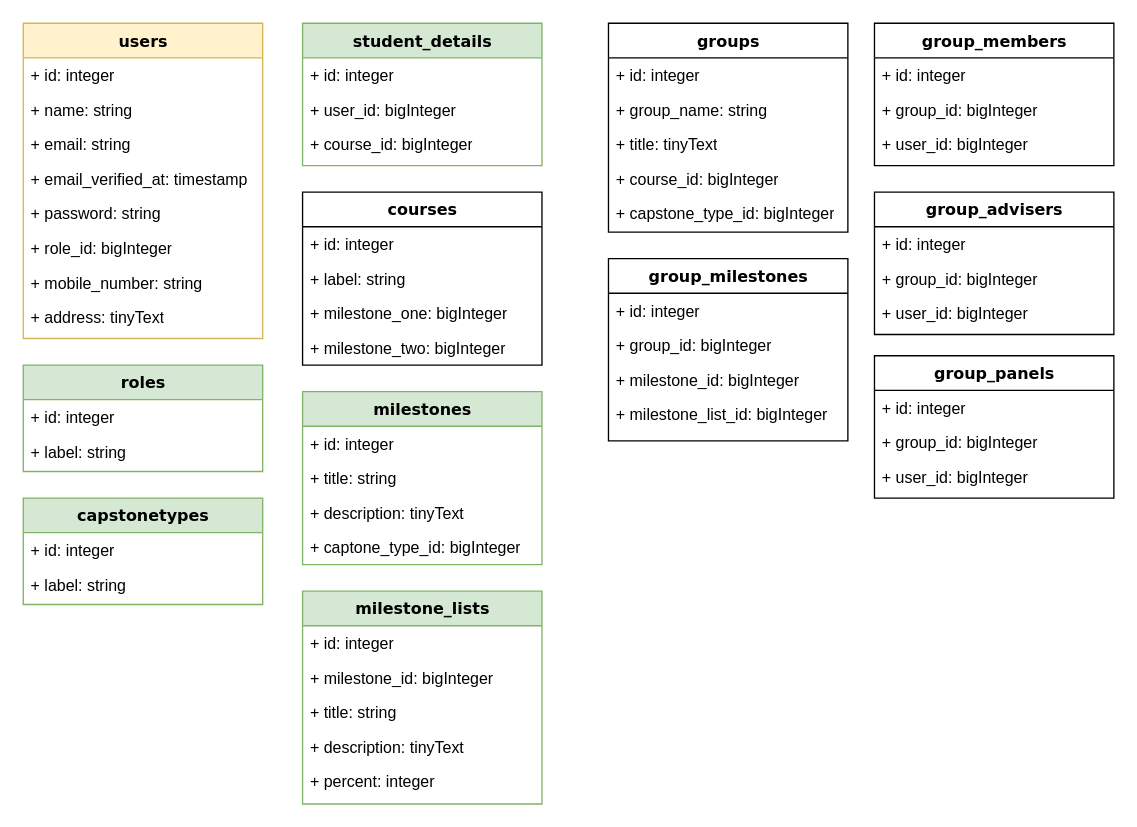
This is database/schema.drawio from elur123/ccerms-api, a draw.io file, before an edit. Source tidied: cells renumbered, new cells numbered last; positions are measured from the earlier drawing's top-left corner, leaving out a move shared by most shapes. Both pictures are drawn from the tidied source at 133%, with x=0, y=0 at pixel (23, 23).
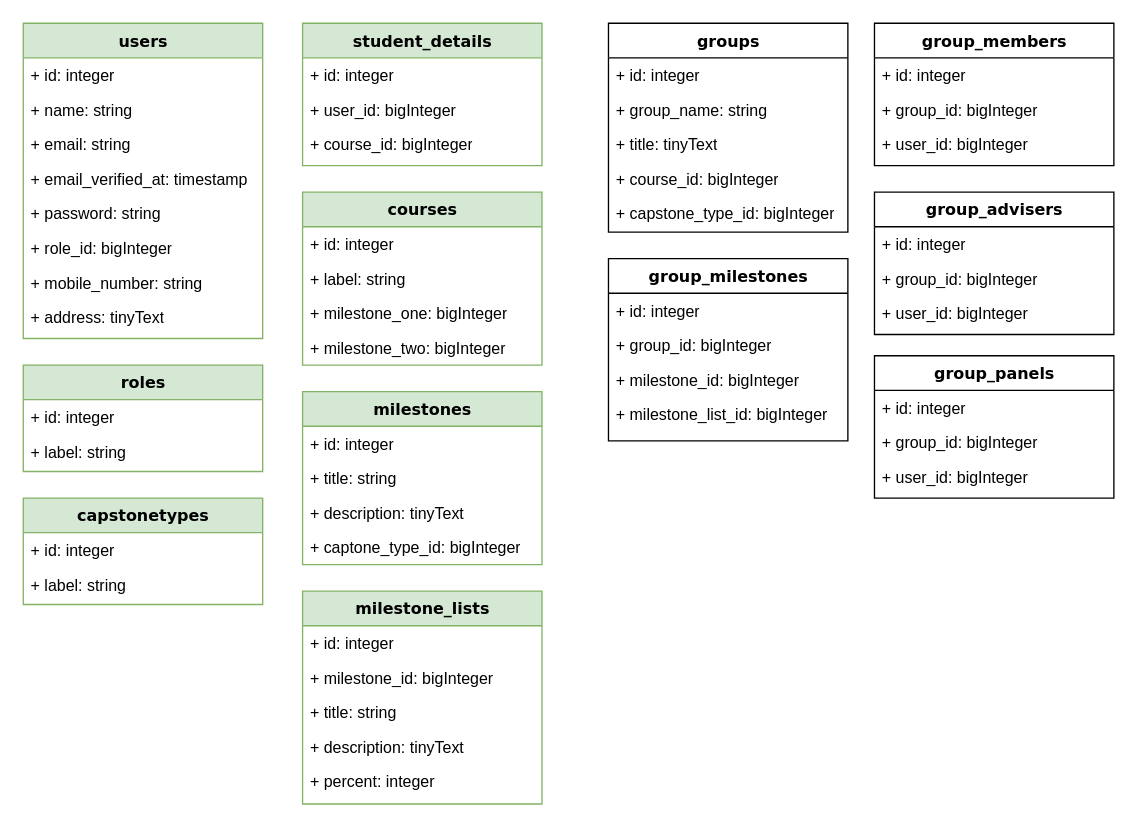
The same page after the edit.

Diff of the diagram source:
```diff
@@
-    <mxCell id="2" value="users" style="swimlane;html=1;fontStyle=1;align=center;verticalAlign=top;horizontal=1;startSize=26;swimlaneFillColor=#ffffff;rounded=0;shadow=0;comic=0;labelBackgroundColor=none;strokeWidth=1;fillColor=#fff2cc;fontFamily=Verdana;fontSize=12;strokeColor=#d6b656;" parent="1" vertex="1">
+    <mxCell id="2" value="users" style="swimlane;html=1;fontStyle=1;align=center;verticalAlign=top;horizontal=1;startSize=26;swimlaneFillColor=#ffffff;rounded=0;shadow=0;comic=0;labelBackgroundColor=none;strokeWidth=1;fillColor=#d5e8d4;fontFamily=Verdana;fontSize=12;strokeColor=#82b366;" parent="1" vertex="1">
       <mxGeometry width="180" height="237" as="geometry" />
     </mxCell>
@@
-    <mxCell id="18" value="courses" style="swimlane;html=1;fontStyle=1;align=center;verticalAlign=top;horizontal=1;startSize=26;swimlaneFillColor=#ffffff;rounded=0;shadow=0;comic=0;labelBackgroundColor=none;strokeWidth=1;fillColor=none;fontFamily=Verdana;fontSize=12;" parent="1" vertex="1">
+    <mxCell id="18" value="courses" style="swimlane;html=1;fontStyle=1;align=center;verticalAlign=top;horizontal=1;startSize=26;swimlaneFillColor=#ffffff;rounded=0;shadow=0;comic=0;labelBackgroundColor=none;strokeWidth=1;fillColor=#d5e8d4;fontFamily=Verdana;fontSize=12;strokeColor=#82b366;" parent="1" vertex="1">
       <mxGeometry x="210" y="127" width="180" height="130" as="geometry" />
     </mxCell>
```
